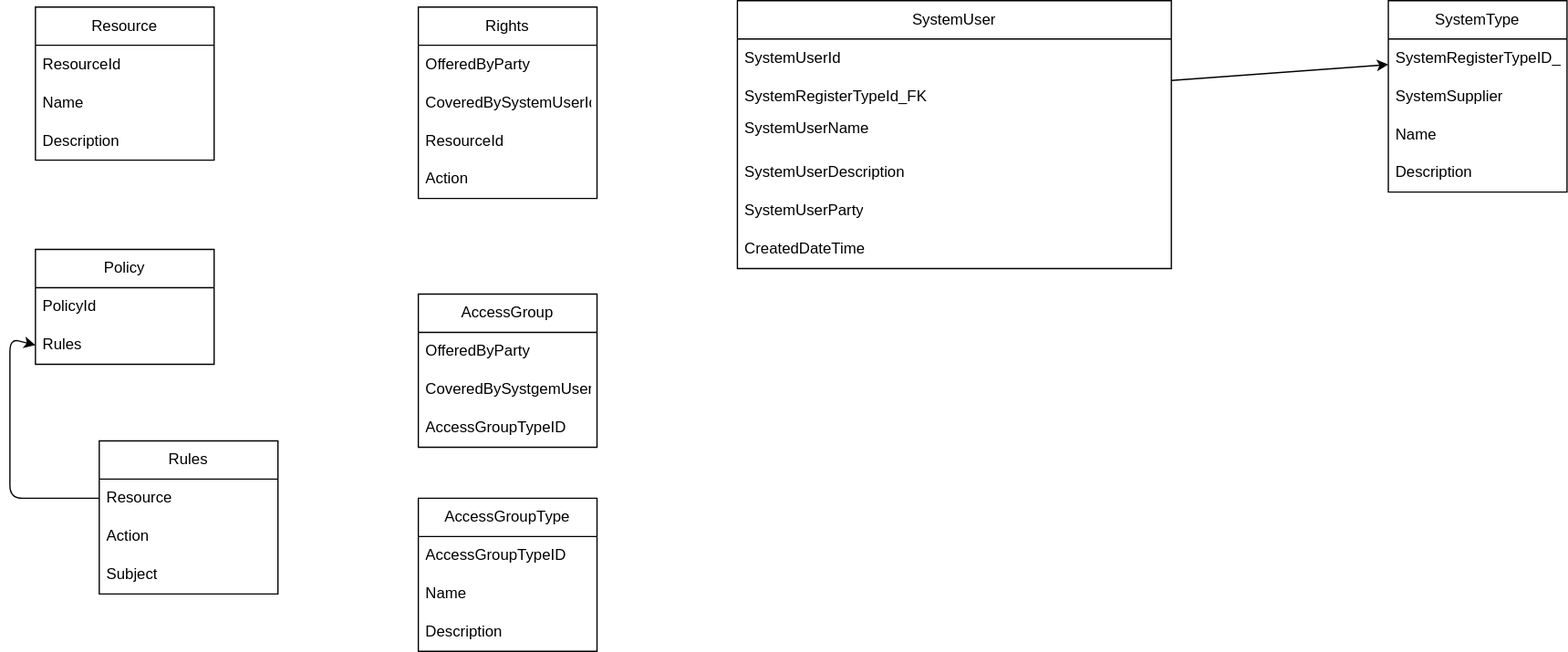
Earlier version of the draw.io export content/authentication/systemdbschema.drawio.svg (Altinn/altinn-studio-docs). Source tidied: cells renumbered, new cells last; positions are measured from the earlier drawing's top-left corner, leaving out a move shared by most shapes.
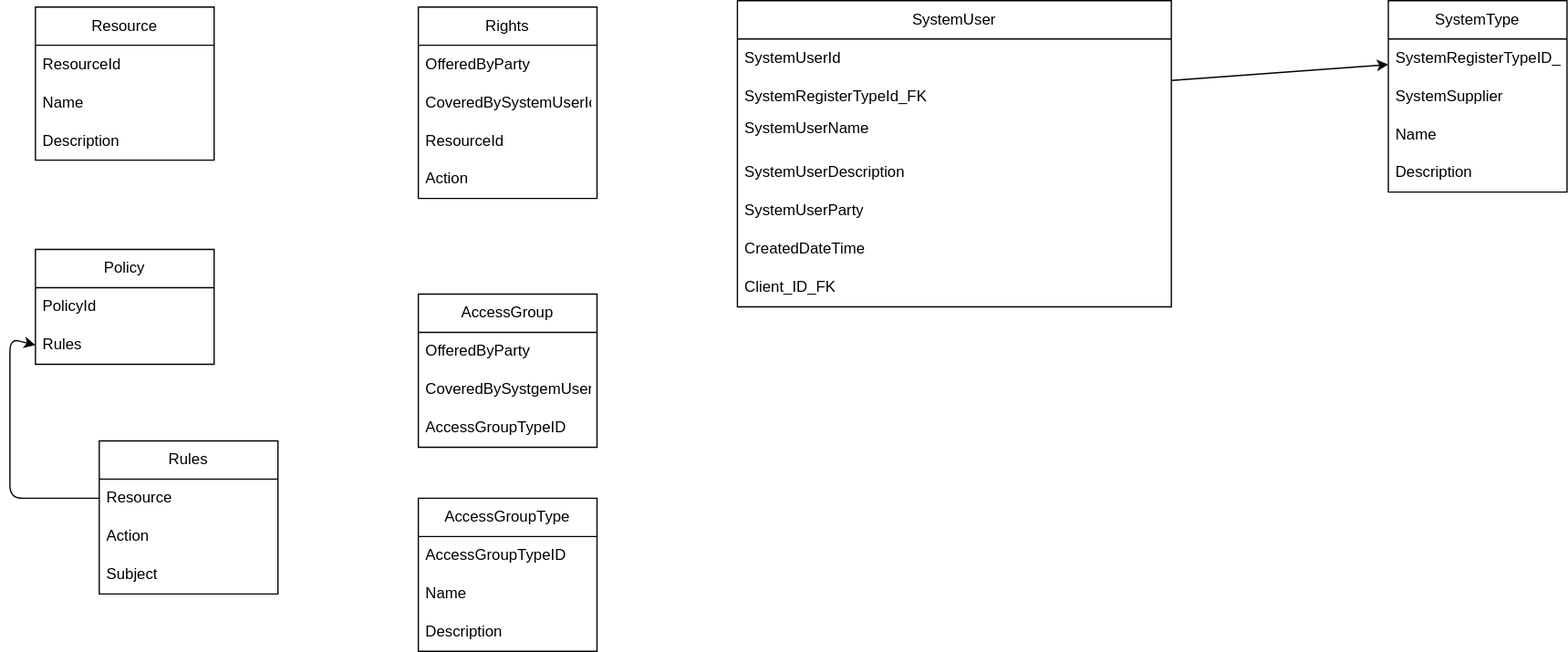
After the change.

Change to the diagram source:
```diff
@@ -3,7 +3,7 @@
     <mxCell id="0" />
     <mxCell id="1" parent="0" />
     <mxCell id="2" value="SystemUser" style="swimlane;fontStyle=0;horizontal=1;startSize=30;whiteSpace=wrap;html=1;" parent="1" vertex="1">
-      <mxGeometry x="570" width="340" height="210" as="geometry" />
+      <mxGeometry x="570" width="340" height="240" as="geometry" />
     </mxCell>
     <mxCell id="3" value="SystemUserId" style="text;strokeColor=none;fillColor=none;align=left;verticalAlign=middle;spacingLeft=4;spacingRight=4;overflow=hidden;whiteSpace=wrap;html=1;" parent="2" vertex="1">
       <mxGeometry y="30" width="340" height="30" as="geometry" />
@@ -23,6 +23,9 @@
     <mxCell id="8" value="CreatedDateTime" style="text;strokeColor=none;fillColor=none;align=left;verticalAlign=middle;spacingLeft=4;spacingRight=4;overflow=hidden;whiteSpace=wrap;html=1;" parent="2" vertex="1">
       <mxGeometry y="180" width="340" height="30" as="geometry" />
     </mxCell>
+    <mxCell id="40" value="Client_ID_FK" style="text;strokeColor=none;fillColor=none;align=left;verticalAlign=middle;spacingLeft=4;spacingRight=4;overflow=hidden;whiteSpace=wrap;html=1;" parent="2" vertex="1">
+      <mxGeometry y="210" width="340" height="30" as="geometry" />
+    </mxCell>
     <mxCell id="9" value="Rights" style="swimlane;fontStyle=0;horizontal=1;startSize=30;whiteSpace=wrap;html=1;" parent="1" vertex="1">
       <mxGeometry x="320" y="5" width="140" height="150" as="geometry" />
     </mxCell>
```
